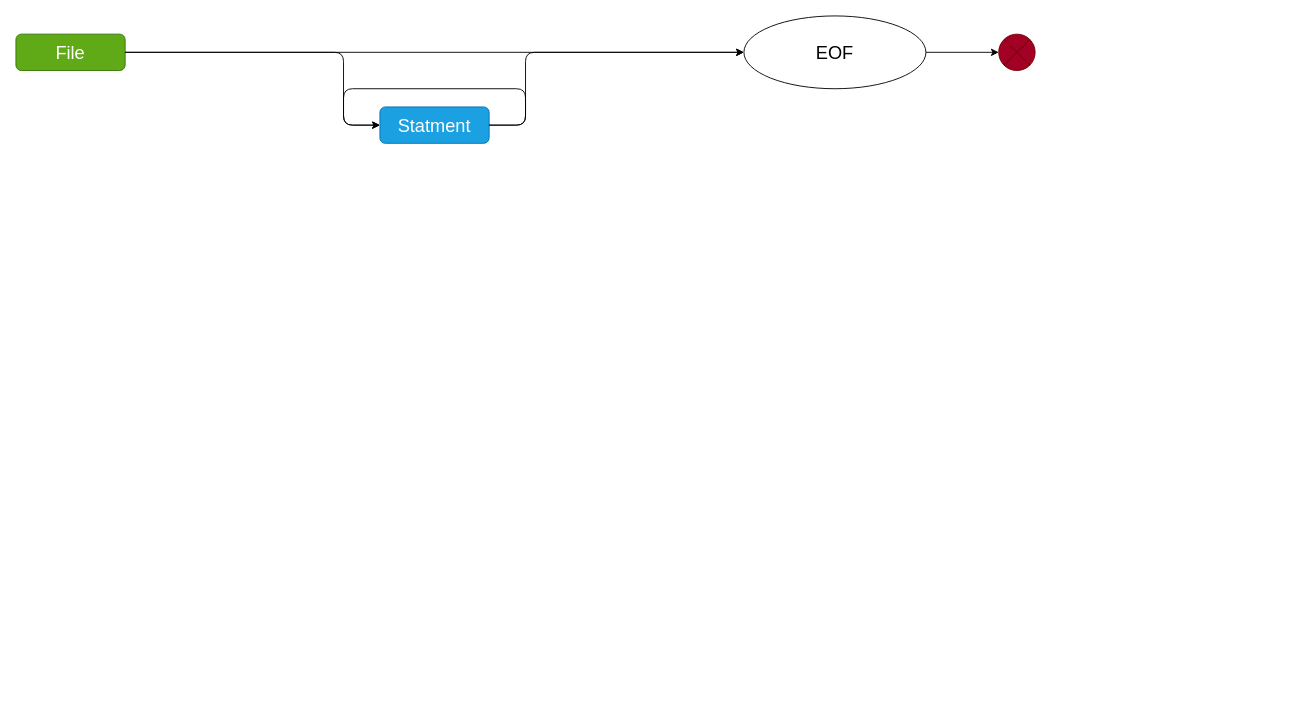
The draw.io diagram flowcharts/Untitled Diagram.drawio in rattle-devs/rattle-compiler, before the edit. Source tidied: cells renumbered, new cells numbered last; positions are measured from the earlier drawing's top-left corner, leaving out a move shared by most shapes. Both pictures are drawn from the tidied source at 91%, with x=0, y=0 at pixel (15, 15).
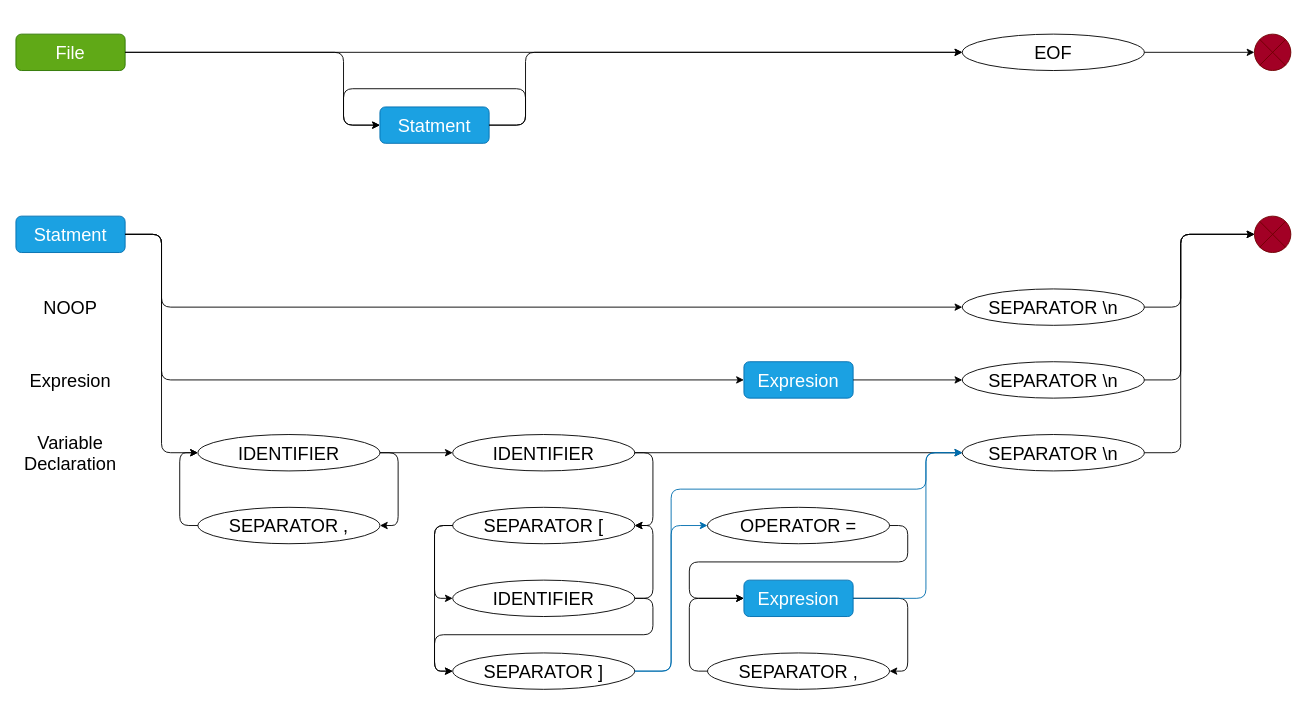
The same diagram, later.

Diff of the diagram source:
```diff
@@
     <mxCell id="3" value="&lt;font style=&quot;font-size: 20px&quot;&gt;EOF&lt;/font&gt;" style="ellipse;whiteSpace=wrap;html=1;rounded=1;shadow=0;" parent="1" vertex="1">
-      <mxGeometry x="800" width="200" height="80" as="geometry" />
+      <mxGeometry x="1040" y="20" width="200" height="40" as="geometry" />
     </mxCell>
     <mxCell id="4" style="verticalLabelPosition=bottom;verticalAlign=top;html=1;shape=mxgraph.flowchart.or;rounded=1;shadow=0;fillColor=#a20025;strokeColor=#6F0000;fontColor=#ffffff;" parent="1" vertex="1">
-      <mxGeometry x="1080" y="20" width="40" height="40" as="geometry" />
+      <mxGeometry x="1361" y="20" width="40" height="40" as="geometry" />
     </mxCell>
@@
+    <mxCell id="11" value="Statment" style="rounded=1;whiteSpace=wrap;html=1;shadow=0;fontSize=20;fillColor=#1ba1e2;strokeColor=#006EAF;fontColor=#ffffff;" parent="1" vertex="1">
+      <mxGeometry y="220" width="120" height="40" as="geometry" />
+    </mxCell>
+    <mxCell id="12" style="endArrow=classic;html=1;entryX=0;entryY=0.5;entryDx=0;entryDy=0;" parent="1" edge="1" target="13">
+      <mxGeometry relative="1" as="geometry">
+        <mxPoint x="120" y="240" as="sourcePoint" />
+        <Array as="points">
+          <mxPoint x="160" y="240" />
+          <mxPoint x="160" y="320" />
+        </Array>
+      </mxGeometry>
+    </mxCell>
+    <mxCell id="13" value="&lt;font style=&quot;font-size: 20px&quot;&gt;SEPARATOR \n&lt;br&gt;&lt;/font&gt;" style="ellipse;whiteSpace=wrap;html=1;rounded=1;shadow=0;" parent="1" vertex="1">
+      <mxGeometry x="1040" y="300" width="200" height="40" as="geometry" />
+    </mxCell>
+    <mxCell id="14" style="verticalLabelPosition=bottom;verticalAlign=top;html=1;shape=mxgraph.flowchart.or;rounded=1;shadow=0;fillColor=#a20025;strokeColor=#6F0000;fontColor=#ffffff;" parent="1" vertex="1">
+      <mxGeometry x="1361" y="220" width="40" height="40" as="geometry" />
+    </mxCell>
+    <mxCell id="15" style="endArrow=classic;html=1;entryX=0;entryY=0.5;entryDx=0;entryDy=0;entryPerimeter=0;exitX=1;exitY=0.5;exitDx=0;exitDy=0;" parent="1" edge="1" source="13" target="14">
+      <mxGeometry relative="1" as="geometry">
+        <Array as="points">
+          <mxPoint x="1280" y="320" />
+          <mxPoint x="1280" y="240" />
+        </Array>
+      </mxGeometry>
+    </mxCell>
+    <mxCell id="16" value="&lt;font style=&quot;font-size: 20px&quot;&gt;NOOP&lt;/font&gt;" style="text;html=1;strokeColor=none;fillColor=none;align=center;verticalAlign=middle;whiteSpace=wrap;rounded=0;" parent="1" vertex="1">
+      <mxGeometry y="300" width="120" height="40" as="geometry" />
+    </mxCell>
+    <mxCell id="17" value="Expresion" style="rounded=1;whiteSpace=wrap;html=1;shadow=0;fontSize=20;fillColor=#1ba1e2;strokeColor=#006EAF;fontColor=#ffffff;" parent="1" vertex="1">
+      <mxGeometry x="800" y="380" width="120" height="40" as="geometry" />
+    </mxCell>
+    <mxCell id="18" style="endArrow=classic;html=1;exitX=1;exitY=0.5;exitDx=0;exitDy=0;entryX=0;entryY=0.5;entryDx=0;entryDy=0;" parent="1" edge="1" source="11" target="17">
+      <mxGeometry relative="1" as="geometry">
+        <Array as="points">
+          <mxPoint x="160" y="240" />
+          <mxPoint x="160" y="400" />
+        </Array>
+      </mxGeometry>
+    </mxCell>
+    <mxCell id="19" style="endArrow=classic;html=1;entryX=0;entryY=0.5;entryDx=0;entryDy=0;exitX=1;exitY=0.5;exitDx=0;exitDy=0;" parent="1" edge="1" source="17" target="20">
+      <mxGeometry relative="1" as="geometry" />
+    </mxCell>
+    <mxCell id="20" value="&lt;font style=&quot;font-size: 20px&quot;&gt;SEPARATOR \n&lt;br&gt;&lt;/font&gt;" style="ellipse;whiteSpace=wrap;html=1;rounded=1;shadow=0;" parent="1" vertex="1">
+      <mxGeometry x="1040" y="380" width="200" height="40" as="geometry" />
+    </mxCell>
+    <mxCell id="21" style="endArrow=classic;html=1;exitX=1;exitY=0.5;exitDx=0;exitDy=0;entryX=0;entryY=0.5;entryDx=0;entryDy=0;entryPerimeter=0;" parent="1" edge="1" source="20" target="14">
+      <mxGeometry relative="1" as="geometry">
+        <Array as="points">
+          <mxPoint x="1280" y="400" />
+          <mxPoint x="1280" y="240" />
+        </Array>
+      </mxGeometry>
+    </mxCell>
+    <mxCell id="22" value="&lt;font style=&quot;font-size: 20px&quot;&gt;Expresion&lt;br&gt;&lt;/font&gt;" style="text;html=1;strokeColor=none;fillColor=none;align=center;verticalAlign=middle;whiteSpace=wrap;rounded=0;" parent="1" vertex="1">
+      <mxGeometry y="380" width="120" height="40" as="geometry" />
+    </mxCell>
+    <mxCell id="23" value="&lt;font style=&quot;font-size: 20px&quot;&gt;IDENTIFIER&lt;br&gt;&lt;/font&gt;" style="ellipse;whiteSpace=wrap;html=1;rounded=1;shadow=0;" parent="1" vertex="1">
+      <mxGeometry x="200" y="460" width="200" height="40" as="geometry" />
+    </mxCell>
+    <mxCell id="24" style="endArrow=classic;html=1;" parent="1" edge="1">
+      <mxGeometry relative="1" as="geometry">
+        <mxPoint x="120" y="240" as="sourcePoint" />
+        <mxPoint x="200" y="480" as="targetPoint" />
+        <Array as="points">
+          <mxPoint x="160" y="240" />
+          <mxPoint x="160" y="480" />
+        </Array>
+      </mxGeometry>
+    </mxCell>
+    <mxCell id="25" value="&lt;font style=&quot;font-size: 20px&quot;&gt;IDENTIFIER&lt;br&gt;&lt;/font&gt;" style="ellipse;whiteSpace=wrap;html=1;rounded=1;shadow=0;" parent="1" vertex="1">
+      <mxGeometry x="480" y="460" width="200" height="40" as="geometry" />
+    </mxCell>
+    <mxCell id="26" style="endArrow=classic;html=1;exitX=1;exitY=0.5;exitDx=0;exitDy=0;entryX=0;entryY=0.5;entryDx=0;entryDy=0;" parent="1" edge="1" source="23" target="25">
+      <mxGeometry relative="1" as="geometry" />
+    </mxCell>
+    <mxCell id="27" value="&lt;font style=&quot;font-size: 20px&quot;&gt;SEPARATOR ,&lt;br&gt;&lt;/font&gt;" style="ellipse;whiteSpace=wrap;html=1;rounded=1;shadow=0;" parent="1" vertex="1">
+      <mxGeometry x="200" y="540" width="200" height="40" as="geometry" />
+    </mxCell>
+    <mxCell id="28" style="endArrow=classic;html=1;exitX=1;exitY=0.5;exitDx=0;exitDy=0;entryX=1;entryY=0.5;entryDx=0;entryDy=0;" parent="1" edge="1" source="23" target="27">
+      <mxGeometry relative="1" as="geometry">
+        <Array as="points">
+          <mxPoint x="420" y="480" />
+          <mxPoint x="420" y="560" />
+        </Array>
+      </mxGeometry>
+    </mxCell>
+    <mxCell id="29" style="endArrow=classic;html=1;exitX=0;exitY=0.5;exitDx=0;exitDy=0;entryX=0;entryY=0.5;entryDx=0;entryDy=0;" parent="1" edge="1" source="27" target="23">
+      <mxGeometry relative="1" as="geometry">
+        <Array as="points">
+          <mxPoint x="180" y="560" />
+          <mxPoint x="180" y="480" />
+        </Array>
+      </mxGeometry>
+    </mxCell>
+    <mxCell id="30" value="&lt;font style=&quot;font-size: 20px&quot;&gt;SEPARATOR [&lt;br&gt;&lt;/font&gt;" style="ellipse;whiteSpace=wrap;html=1;rounded=1;shadow=0;" parent="1" vertex="1">
+      <mxGeometry x="480" y="540" width="200" height="40" as="geometry" />
+    </mxCell>
+    <mxCell id="31" value="&lt;font style=&quot;font-size: 20px&quot;&gt;SEPARATOR ]&lt;br&gt;&lt;/font&gt;" style="ellipse;whiteSpace=wrap;html=1;rounded=1;shadow=0;" parent="1" vertex="1">
+      <mxGeometry x="480" y="700" width="200" height="40" as="geometry" />
+    </mxCell>
+    <mxCell id="32" value="&lt;font style=&quot;font-size: 20px&quot;&gt;IDENTIFIER&lt;br&gt;&lt;/font&gt;" style="ellipse;whiteSpace=wrap;html=1;rounded=1;shadow=0;" parent="1" vertex="1">
+      <mxGeometry x="480" y="620" width="200" height="40" as="geometry" />
+    </mxCell>
+    <mxCell id="33" style="endArrow=classic;html=1;exitX=1;exitY=0.5;exitDx=0;exitDy=0;entryX=1;entryY=0.5;entryDx=0;entryDy=0;" parent="1" edge="1" source="25" target="30">
+      <mxGeometry relative="1" as="geometry">
+        <Array as="points">
+          <mxPoint x="700" y="480" />
+          <mxPoint x="700" y="560" />
+        </Array>
+      </mxGeometry>
+    </mxCell>
+    <mxCell id="34" style="endArrow=classic;html=1;exitX=0;exitY=0.5;exitDx=0;exitDy=0;entryX=0;entryY=0.5;entryDx=0;entryDy=0;" parent="1" edge="1" source="30" target="32">
+      <mxGeometry relative="1" as="geometry">
+        <Array as="points">
+          <mxPoint x="460" y="560" />
+          <mxPoint x="460" y="640" />
+        </Array>
+      </mxGeometry>
+    </mxCell>
+    <mxCell id="35" style="endArrow=classic;html=1;exitX=0;exitY=0.5;exitDx=0;exitDy=0;entryX=0;entryY=0.5;entryDx=0;entryDy=0;" parent="1" edge="1" source="30" target="31">
+      <mxGeometry relative="1" as="geometry">
+        <Array as="points">
+          <mxPoint x="460" y="560" />
+          <mxPoint x="460" y="720" />
+        </Array>
+      </mxGeometry>
+    </mxCell>
+    <mxCell id="36" style="endArrow=classic;html=1;exitX=1;exitY=0.5;exitDx=0;exitDy=0;entryX=1;entryY=0.5;entryDx=0;entryDy=0;" parent="1" edge="1" source="32" target="30">
+      <mxGeometry relative="1" as="geometry">
+        <Array as="points">
+          <mxPoint x="700" y="640" />
+          <mxPoint x="700" y="560" />
+        </Array>
+      </mxGeometry>
+    </mxCell>
+    <mxCell id="37" value="&lt;font style=&quot;font-size: 20px&quot;&gt;SEPARATOR \n&lt;br&gt;&lt;/font&gt;" style="ellipse;whiteSpace=wrap;html=1;rounded=1;shadow=0;" parent="1" vertex="1">
+      <mxGeometry x="1040" y="460" width="200" height="40" as="geometry" />
+    </mxCell>
+    <mxCell id="38" style="endArrow=classic;html=1;entryX=0;entryY=0.5;entryDx=0;entryDy=0;" parent="1" edge="1" target="31">
+      <mxGeometry relative="1" as="geometry">
+        <mxPoint x="680" y="640" as="sourcePoint" />
+        <Array as="points">
+          <mxPoint x="700" y="640" />
+          <mxPoint x="700" y="680" />
+          <mxPoint x="460" y="680" />
+          <mxPoint x="460" y="720" />
+        </Array>
+      </mxGeometry>
+    </mxCell>
+    <mxCell id="39" style="endArrow=classic;html=1;exitX=1;exitY=0.5;exitDx=0;exitDy=0;entryX=0;entryY=0.5;entryDx=0;entryDy=0;" parent="1" edge="1" source="25" target="37">
+      <mxGeometry relative="1" as="geometry" />
+    </mxCell>
+    <mxCell id="40" style="endArrow=classic;html=1;fillColor=#1ba1e2;strokeColor=#006EAF;entryX=0;entryY=0.5;entryDx=0;entryDy=0;" parent="1" edge="1" target="37">
+      <mxGeometry relative="1" as="geometry">
+        <mxPoint x="680" y="720" as="sourcePoint" />
+        <Array as="points">
+          <mxPoint x="720" y="720" />
+          <mxPoint x="720" y="520" />
+          <mxPoint x="1000" y="520" />
+          <mxPoint x="1000" y="480" />
+        </Array>
+      </mxGeometry>
+    </mxCell>
+    <mxCell id="41" value="&lt;font style=&quot;font-size: 20px&quot;&gt;OPERATOR =&lt;br&gt;&lt;/font&gt;" style="ellipse;whiteSpace=wrap;html=1;rounded=1;shadow=0;" parent="1" vertex="1">
+      <mxGeometry x="760" y="540" width="200" height="40" as="geometry" />
+    </mxCell>
+    <mxCell id="42" style="endArrow=classic;html=1;fillColor=#1ba1e2;strokeColor=#006EAF;entryX=0;entryY=0.5;entryDx=0;entryDy=0;exitX=1;exitY=0.5;exitDx=0;exitDy=0;" parent="1" edge="1" source="31" target="41">
+      <mxGeometry relative="1" as="geometry">
+        <Array as="points">
+          <mxPoint x="720" y="720" />
+          <mxPoint x="720" y="560" />
+        </Array>
+      </mxGeometry>
+    </mxCell>
+    <mxCell id="43" value="Expresion" style="rounded=1;whiteSpace=wrap;html=1;shadow=0;fontSize=20;fillColor=#1ba1e2;strokeColor=#006EAF;fontColor=#ffffff;" parent="1" vertex="1">
+      <mxGeometry x="800" y="620" width="120" height="40" as="geometry" />
+    </mxCell>
+    <mxCell id="44" style="endArrow=classic;html=1;exitX=1;exitY=0.5;exitDx=0;exitDy=0;entryX=0;entryY=0.5;entryDx=0;entryDy=0;" parent="1" edge="1" source="41" target="43">
+      <mxGeometry relative="1" as="geometry">
+        <Array as="points">
+          <mxPoint x="980" y="560" />
+          <mxPoint x="980" y="600" />
+          <mxPoint x="740" y="600" />
+          <mxPoint x="740" y="640" />
+        </Array>
+      </mxGeometry>
+    </mxCell>
+    <mxCell id="45" style="endArrow=classic;html=1;exitX=1;exitY=0.5;exitDx=0;exitDy=0;entryX=1;entryY=0.5;entryDx=0;entryDy=0;" parent="1" edge="1" source="43" target="46">
+      <mxGeometry relative="1" as="geometry">
+        <Array as="points">
+          <mxPoint x="980" y="640" />
+          <mxPoint x="980" y="720" />
+        </Array>
+      </mxGeometry>
+    </mxCell>
+    <mxCell id="46" value="&lt;font style=&quot;font-size: 20px&quot;&gt;SEPARATOR ,&lt;br&gt;&lt;/font&gt;" style="ellipse;whiteSpace=wrap;html=1;rounded=1;shadow=0;" parent="1" vertex="1">
+      <mxGeometry x="760" y="700" width="200" height="40" as="geometry" />
+    </mxCell>
+    <mxCell id="47" style="endArrow=classic;html=1;exitX=0;exitY=0.5;exitDx=0;exitDy=0;entryX=0;entryY=0.5;entryDx=0;entryDy=0;" parent="1" edge="1" source="46" target="43">
+      <mxGeometry relative="1" as="geometry">
+        <Array as="points">
+          <mxPoint x="740" y="720" />
+          <mxPoint x="740" y="640" />
+        </Array>
+      </mxGeometry>
+    </mxCell>
+    <mxCell id="48" style="endArrow=classic;html=1;exitX=1;exitY=0.5;exitDx=0;exitDy=0;fillColor=#1ba1e2;strokeColor=#006EAF;entryX=0;entryY=0.5;entryDx=0;entryDy=0;" parent="1" edge="1" source="43" target="37">
+      <mxGeometry relative="1" as="geometry">
+        <Array as="points">
+          <mxPoint x="1000" y="640" />
+          <mxPoint x="1000" y="480" />
+        </Array>
+      </mxGeometry>
+    </mxCell>
+    <mxCell id="49" style="endArrow=classic;html=1;exitX=1;exitY=0.5;exitDx=0;exitDy=0;entryX=0;entryY=0.5;entryDx=0;entryDy=0;entryPerimeter=0;" parent="1" edge="1" source="37" target="14">
+      <mxGeometry relative="1" as="geometry">
+        <Array as="points">
+          <mxPoint x="1280" y="480" />
+          <mxPoint x="1280" y="240" />
+        </Array>
+      </mxGeometry>
+    </mxCell>
+    <mxCell id="50" value="&lt;font style=&quot;font-size: 20px&quot;&gt;Variable Declaration&lt;br&gt;&lt;/font&gt;" style="text;html=1;strokeColor=none;fillColor=none;align=center;verticalAlign=middle;whiteSpace=wrap;rounded=0;" parent="1" vertex="1">
+      <mxGeometry y="460" width="120" height="40" as="geometry" />
+    </mxCell>
```
